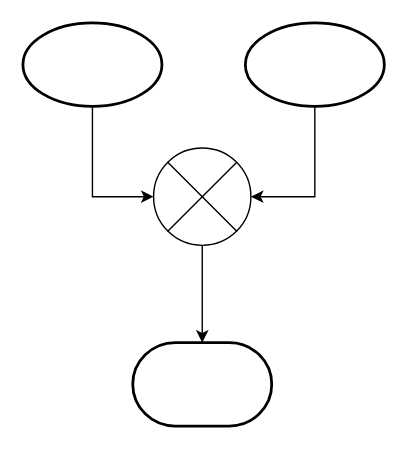
udplus/draw-io-to-code keeps this draw.io diagram as test_fixtures/adderTest.drawio. Above is the earlier version. Source tidied: cells renumbered, new cells numbered last; positions are measured from the earlier drawing's top-left corner, leaving out a move shared by most shapes. Both pictures are drawn from the tidied source at 139%, with x=0, y=0 at pixel (22, 22).
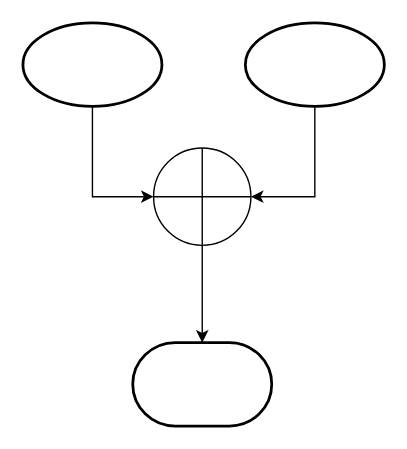
Above is the later version.

Change to the diagram source:
```diff
@@
 <mxGraphModel>
   <root>
     <mxCell id="0" />
     <mxCell id="1" parent="0" />
     <mxCell id="2" style="edgeStyle=orthogonalEdgeStyle;rounded=0;jettySize=auto;html=1;exitX=0.5;exitY=1;exitDx=0;exitDy=0;exitPerimeter=0;entryX=0;entryY=0.5;entryDx=0;entryDy=0;entryPerimeter=0;" parent="1" edge="1" source="3" target="7">
       <mxGeometry relative="1" as="geometry" />
     </mxCell>
     <mxCell id="3" style="strokeWidth=2;html=1;shape=mxgraph.flowchart.start_1;whiteSpace=wrap;" parent="1" vertex="1">
       <mxGeometry width="100" height="60" as="geometry" />
     </mxCell>
     <mxCell id="4" style="edgeStyle=orthogonalEdgeStyle;rounded=0;jettySize=auto;html=1;exitX=0.5;exitY=1;exitDx=0;exitDy=0;exitPerimeter=0;entryX=1;entryY=0.5;entryDx=0;entryDy=0;entryPerimeter=0;" parent="1" edge="1" source="5" target="7">
       <mxGeometry relative="1" as="geometry" />
     </mxCell>
     <mxCell id="5" style="strokeWidth=2;html=1;shape=mxgraph.flowchart.start_1;whiteSpace=wrap;" parent="1" vertex="1">
       <mxGeometry x="160" width="100" height="60" as="geometry" />
     </mxCell>
     <mxCell id="6" style="edgeStyle=orthogonalEdgeStyle;rounded=0;jettySize=auto;html=1;exitX=0.5;exitY=1;exitDx=0;exitDy=0;exitPerimeter=0;" parent="1" edge="1" source="7" target="8">
       <mxGeometry relative="1" as="geometry" />
     </mxCell>
-    <mxCell id="7" style="verticalLabelPosition=bottom;verticalAlign=top;html=1;shape=mxgraph.flowchart.or;" parent="1" vertex="1">
+    <mxCell id="7" style="verticalLabelPosition=bottom;verticalAlign=top;html=1;shape=mxgraph.flowchart.summing_function;" parent="1" vertex="1">
       <mxGeometry x="94" y="90" width="70" height="70" as="geometry" />
     </mxCell>
     <mxCell id="8" style="strokeWidth=2;html=1;shape=mxgraph.flowchart.terminator;whiteSpace=wrap;" parent="1" vertex="1">
       <mxGeometry x="79" y="230" width="100" height="60" as="geometry" />
     </mxCell>
   </root>
 </mxGraphModel>
```
